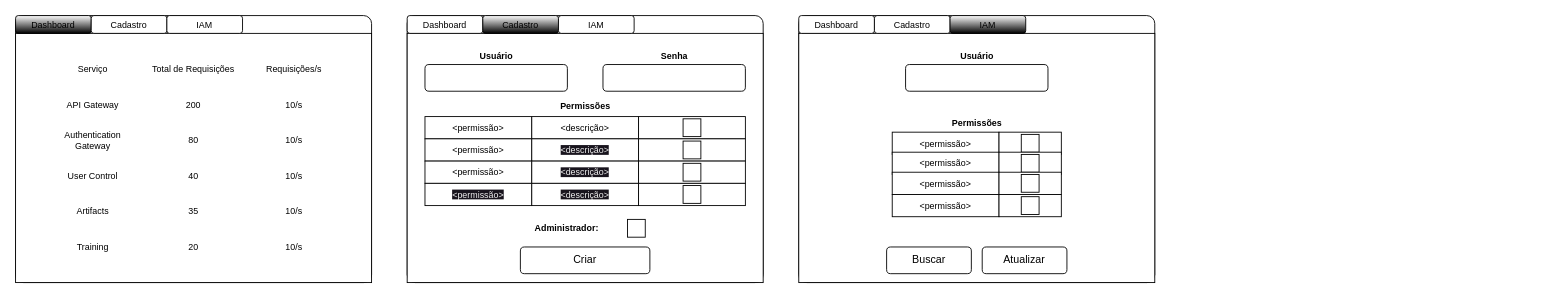
This is page "Tela - Administrador" (2 of 3) of hub/reference.drawio from moesio-f/ml-hub, a draw.io file, before an edit. Source tidied: cells renumbered, new cells numbered last; positions are measured from the earlier drawing's top-left corner, leaving out a move shared by most shapes. Both pictures are drawn from the tidied source at 89%, with x=0, y=0 at pixel (15, 15).
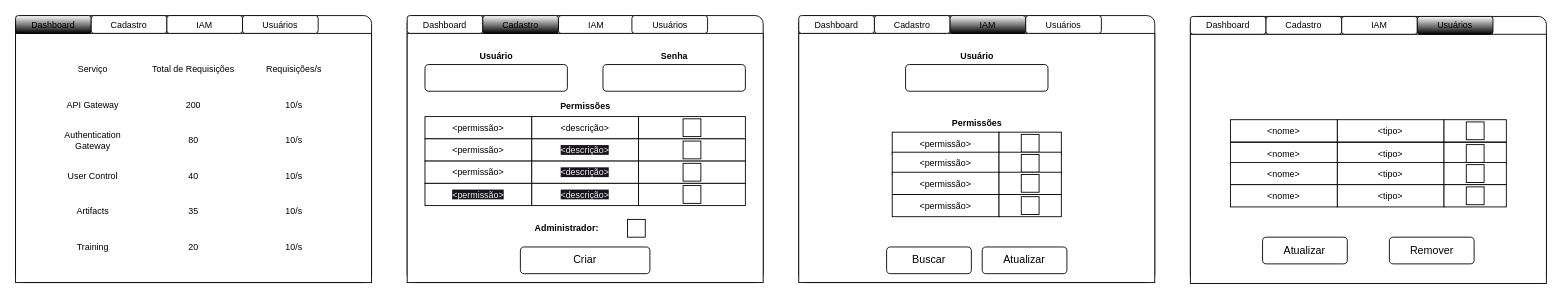
After the change.

Diff of the diagram source:
```diff
@@
+    <mxCell id="76" style="rounded=1;whiteSpace=wrap;html=1;arcSize=3;" parent="1" vertex="1">
+      <mxGeometry x="1320" y="1" width="400" height="300" as="geometry" />
+    </mxCell>
+    <mxCell id="77" style="rounded=0;whiteSpace=wrap;html=1;fontSize=10;" parent="1" vertex="1">
+      <mxGeometry x="1320" y="21" width="400" height="280" as="geometry" />
+    </mxCell>
+    <mxCell id="78" value="Dashboard" style="rounded=1;whiteSpace=wrap;html=1;fontSize=10;" parent="1" vertex="1">
+      <mxGeometry x="1320" y="1" width="85" height="20" as="geometry" />
+    </mxCell>
+    <mxCell id="79" value="Cadastro" style="rounded=1;whiteSpace=wrap;html=1;fontSize=10;gradientColor=none;" parent="1" vertex="1">
+      <mxGeometry x="1405" y="1" width="85" height="20" as="geometry" />
+    </mxCell>
+    <mxCell id="80" value="IAM" style="rounded=1;whiteSpace=wrap;html=1;fontSize=10;gradientColor=none;" parent="1" vertex="1">
+      <mxGeometry x="1490" y="1" width="85" height="20" as="geometry" />
+    </mxCell>
+    <mxCell id="81" value="&amp;lt;tipo&amp;gt;" style="rounded=0;whiteSpace=wrap;html=1;fontSize=10;gradientColor=none;" parent="1" vertex="1">
+      <mxGeometry x="1485" y="117" width="120" height="25" as="geometry" />
+    </mxCell>
+    <mxCell id="82" style="rounded=0;whiteSpace=wrap;html=1;fontSize=10;gradientColor=none;" parent="1" vertex="1">
+      <mxGeometry x="1605" y="117" width="70" height="25" as="geometry" />
+    </mxCell>
+    <mxCell id="83" style="whiteSpace=wrap;html=1;fontSize=10;gradientColor=none;" parent="1" vertex="1">
+      <mxGeometry x="1630" y="119.5" width="20" height="20" as="geometry" />
+    </mxCell>
+    <mxCell id="84" value="&amp;lt;tipo&amp;gt;" style="rounded=0;whiteSpace=wrap;html=1;fontSize=10;gradientColor=none;" parent="1" vertex="1">
+      <mxGeometry x="1485" y="142.5" width="120" height="25" as="geometry" />
+    </mxCell>
+    <mxCell id="85" style="rounded=0;whiteSpace=wrap;html=1;fontSize=10;gradientColor=none;" parent="1" vertex="1">
+      <mxGeometry x="1605" y="142.5" width="70" height="25" as="geometry" />
+    </mxCell>
+    <mxCell id="86" style="whiteSpace=wrap;html=1;fontSize=10;gradientColor=none;" parent="1" vertex="1">
+      <mxGeometry x="1630" y="145" width="20" height="20" as="geometry" />
+    </mxCell>
+    <mxCell id="87" value="&amp;lt;tipo&amp;gt;" style="rounded=0;whiteSpace=wrap;html=1;fontSize=10;gradientColor=none;" parent="1" vertex="1">
+      <mxGeometry x="1485" y="165" width="120" height="25" as="geometry" />
+    </mxCell>
+    <mxCell id="88" style="rounded=0;whiteSpace=wrap;html=1;fontSize=10;gradientColor=none;" parent="1" vertex="1">
+      <mxGeometry x="1605" y="165" width="70" height="25" as="geometry" />
+    </mxCell>
+    <mxCell id="89" style="whiteSpace=wrap;html=1;fontSize=10;gradientColor=none;" parent="1" vertex="1">
+      <mxGeometry x="1630" y="167.5" width="20" height="20" as="geometry" />
+    </mxCell>
+    <mxCell id="90" value="&amp;lt;tipo&amp;gt;" style="rounded=0;whiteSpace=wrap;html=1;fontSize=10;gradientColor=none;" parent="1" vertex="1">
+      <mxGeometry x="1485" y="190" width="120" height="25" as="geometry" />
+    </mxCell>
+    <mxCell id="91" style="rounded=0;whiteSpace=wrap;html=1;fontSize=10;gradientColor=none;" parent="1" vertex="1">
+      <mxGeometry x="1605" y="190" width="70" height="25" as="geometry" />
+    </mxCell>
+    <mxCell id="92" style="whiteSpace=wrap;html=1;fontSize=10;gradientColor=none;" parent="1" vertex="1">
+      <mxGeometry x="1630" y="192.5" width="20" height="20" as="geometry" />
+    </mxCell>
+    <mxCell id="93" value="Usuários" style="rounded=1;whiteSpace=wrap;html=1;fontSize=10;" parent="1" vertex="1">
+      <mxGeometry x="255" width="85" height="20" as="geometry" />
+    </mxCell>
+    <mxCell id="94" value="Usuários" style="rounded=1;whiteSpace=wrap;html=1;fontSize=10;" parent="1" vertex="1">
+      <mxGeometry x="692.5" width="85" height="20" as="geometry" />
+    </mxCell>
+    <mxCell id="95" value="Usuários" style="rounded=1;whiteSpace=wrap;html=1;fontSize=10;" parent="1" vertex="1">
+      <mxGeometry x="1135" width="85" height="20" as="geometry" />
+    </mxCell>
+    <mxCell id="96" value="Usuários" style="rounded=1;whiteSpace=wrap;html=1;fontSize=10;gradientColor=default;" parent="1" vertex="1">
+      <mxGeometry x="1575" y="1" width="85" height="20" as="geometry" />
+    </mxCell>
+    <mxCell id="97" value="&amp;lt;nome&amp;gt;" style="rounded=0;whiteSpace=wrap;html=1;fontSize=10;gradientColor=none;" parent="1" vertex="1">
+      <mxGeometry x="1365" y="117" width="120" height="25" as="geometry" />
+    </mxCell>
+    <mxCell id="98" value="&amp;lt;nome&amp;gt;" style="rounded=0;whiteSpace=wrap;html=1;fontSize=10;gradientColor=none;" parent="1" vertex="1">
+      <mxGeometry x="1365" y="142.5" width="120" height="25" as="geometry" />
+    </mxCell>
+    <mxCell id="99" value="&amp;lt;nome&amp;gt;" style="rounded=0;whiteSpace=wrap;html=1;fontSize=10;gradientColor=none;" parent="1" vertex="1">
+      <mxGeometry x="1365" y="165" width="120" height="25" as="geometry" />
+    </mxCell>
+    <mxCell id="100" value="&amp;lt;nome&amp;gt;" style="rounded=0;whiteSpace=wrap;html=1;fontSize=10;gradientColor=none;" parent="1" vertex="1">
+      <mxGeometry x="1365" y="190" width="120" height="25" as="geometry" />
+    </mxCell>
+    <mxCell id="101" value="Remover" style="rounded=1;whiteSpace=wrap;html=1;" parent="1" vertex="1">
+      <mxGeometry x="1543.6" y="249" width="95.2" height="30" as="geometry" />
+    </mxCell>
+    <mxCell id="102" value="Atualizar" style="rounded=1;whiteSpace=wrap;html=1;" parent="1" vertex="1">
+      <mxGeometry x="1401.1" y="249" width="95.2" height="30" as="geometry" />
+    </mxCell>
```
